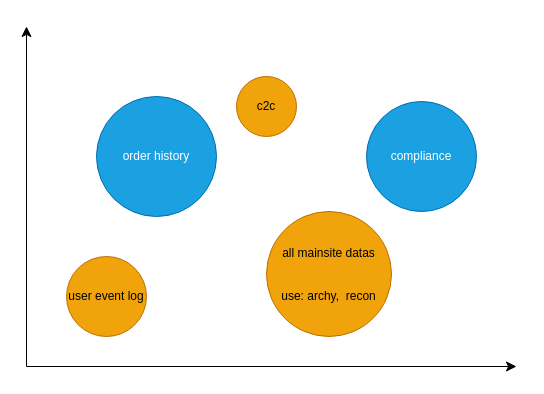
This is doc/databend-business.drawio from jackjoesh/databend, a draw.io file, before an edit. Source tidied: cells renumbered, new cells numbered last; positions are measured from the earlier drawing's top-left corner, leaving out a move shared by most shapes. Both pictures are drawn from the tidied source at 100%, with x=0, y=0 at pixel (26, 26).
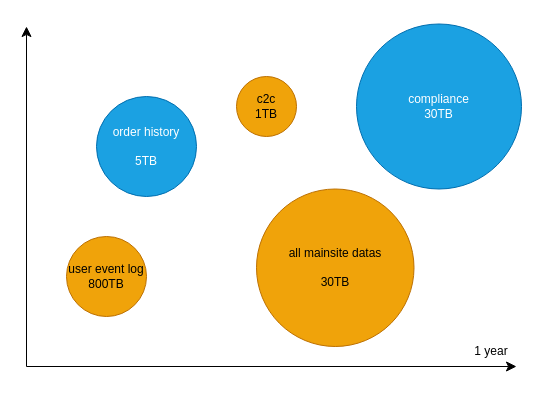
The same page after the edit.

Change to the diagram source:
```diff
@@
 <mxGraphModel>
   <root>
     <mxCell id="0" />
     <mxCell id="1" parent="0" />
     <mxCell id="2" style="edgeStyle=segmentEdgeStyle;endArrow=classic;html=1;curved=0;rounded=0;endSize=8;startSize=8;" parent="1" edge="1">
       <mxGeometry relative="1" as="geometry">
         <mxPoint y="340" as="sourcePoint" />
         <mxPoint x="490" y="340" as="targetPoint" />
       </mxGeometry>
     </mxCell>
     <mxCell id="3" style="edgeStyle=segmentEdgeStyle;endArrow=classic;html=1;curved=0;rounded=0;endSize=8;startSize=8;" parent="1" edge="1">
       <mxGeometry relative="1" as="geometry">
         <mxPoint y="340" as="sourcePoint" />
         <mxPoint as="targetPoint" />
       </mxGeometry>
     </mxCell>
-    <mxCell id="4" value="order history" style="ellipse;whiteSpace=wrap;html=1;fillColor=#1ba1e2;fontColor=#ffffff;strokeColor=#006EAF;" parent="1" vertex="1">
-      <mxGeometry x="70" y="70" width="120" height="120" as="geometry" />
+    <mxCell id="4" value="order history&lt;br&gt;&lt;br&gt;5TB" style="ellipse;whiteSpace=wrap;html=1;fillColor=#1ba1e2;fontColor=#ffffff;strokeColor=#006EAF;" parent="1" vertex="1">
+      <mxGeometry x="70" y="70" width="100" height="100" as="geometry" />
     </mxCell>
-    <mxCell id="5" value="user event log" style="ellipse;whiteSpace=wrap;html=1;fillColor=#f0a30a;fontColor=#000000;strokeColor=#BD7000;" parent="1" vertex="1">
-      <mxGeometry x="40" y="230" width="80" height="80" as="geometry" />
+    <mxCell id="5" value="user event log&lt;br&gt;800TB&lt;br&gt;" style="ellipse;whiteSpace=wrap;html=1;fillColor=#f0a30a;fontColor=#000000;strokeColor=#BD7000;" parent="1" vertex="1">
+      <mxGeometry x="40" y="210" width="80" height="80" as="geometry" />
     </mxCell>
-    <mxCell id="6" value="compliance" style="ellipse;whiteSpace=wrap;html=1;fillColor=#1ba1e2;fontColor=#ffffff;strokeColor=#006EAF;" parent="1" vertex="1">
-      <mxGeometry x="340" y="75" width="110" height="110" as="geometry" />
+    <mxCell id="6" value="compliance&lt;br&gt;30TB" style="ellipse;whiteSpace=wrap;html=1;fillColor=#1ba1e2;fontColor=#ffffff;strokeColor=#006EAF;" parent="1" vertex="1">
+      <mxGeometry x="330" y="-2.5" width="165" height="165" as="geometry" />
     </mxCell>
-    <mxCell id="7" value="c2c" style="ellipse;whiteSpace=wrap;html=1;fillColor=#f0a30a;fontColor=#000000;strokeColor=#BD7000;" parent="1" vertex="1">
+    <mxCell id="7" value="c2c&lt;br&gt;1TB" style="ellipse;whiteSpace=wrap;html=1;fillColor=#f0a30a;fontColor=#000000;strokeColor=#BD7000;" parent="1" vertex="1">
       <mxGeometry x="210" y="50" width="60" height="60" as="geometry" />
     </mxCell>
-    <mxCell id="8" value="all mainsite datas&lt;br&gt;&lt;br&gt;&lt;br&gt;use: archy,&amp;nbsp; recon" style="ellipse;whiteSpace=wrap;html=1;fillColor=#f0a30a;fontColor=#000000;strokeColor=#BD7000;" parent="1" vertex="1">
-      <mxGeometry x="240" y="185" width="125" height="125" as="geometry" />
+    <mxCell id="8" value="all mainsite datas&lt;br&gt;&lt;br&gt;30TB" style="ellipse;whiteSpace=wrap;html=1;fillColor=#f0a30a;fontColor=#000000;strokeColor=#BD7000;" parent="1" vertex="1">
+      <mxGeometry x="230" y="162.5" width="157.5" height="157.5" as="geometry" />
     </mxCell>
+    <mxCell id="9" value="1 year" style="text;strokeColor=none;align=center;fillColor=none;html=1;verticalAlign=middle;whiteSpace=wrap;rounded=0;" parent="1" vertex="1">
+      <mxGeometry x="435" y="310" width="60" height="30" as="geometry" />
+    </mxCell>
   </root>
 </mxGraphModel>
```
